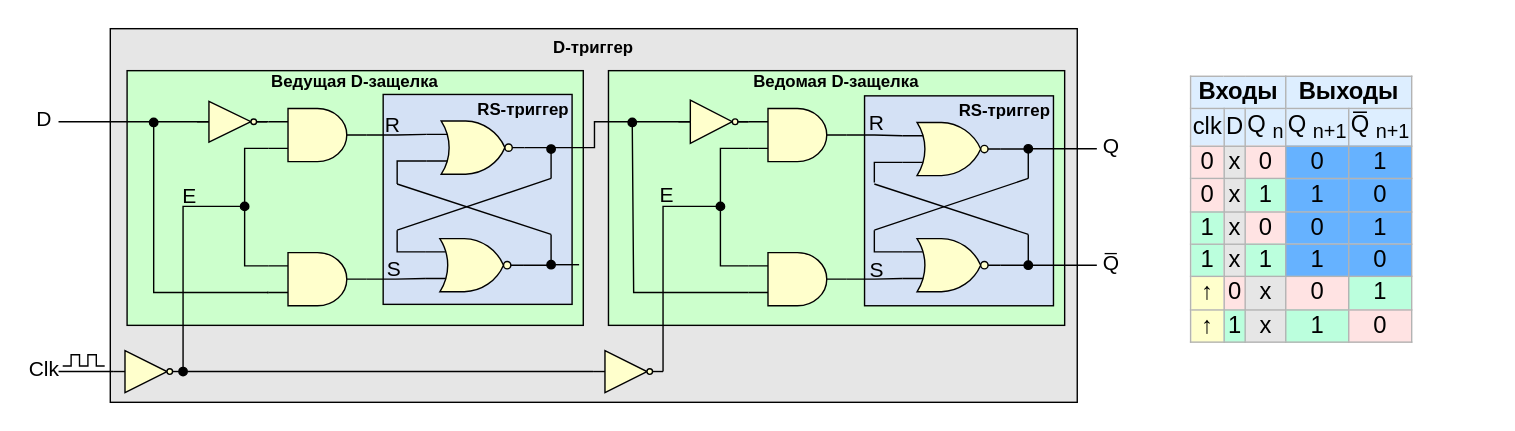
Before: .pic/Introduction/Sequential logic/fig_05.drawio.svg, a diagram exported from draw.io (MPSU/APS). Source tidied: cells renumbered, new cells last; positions are measured from the earlier drawing's top-left corner, leaving out a move shared by most shapes.
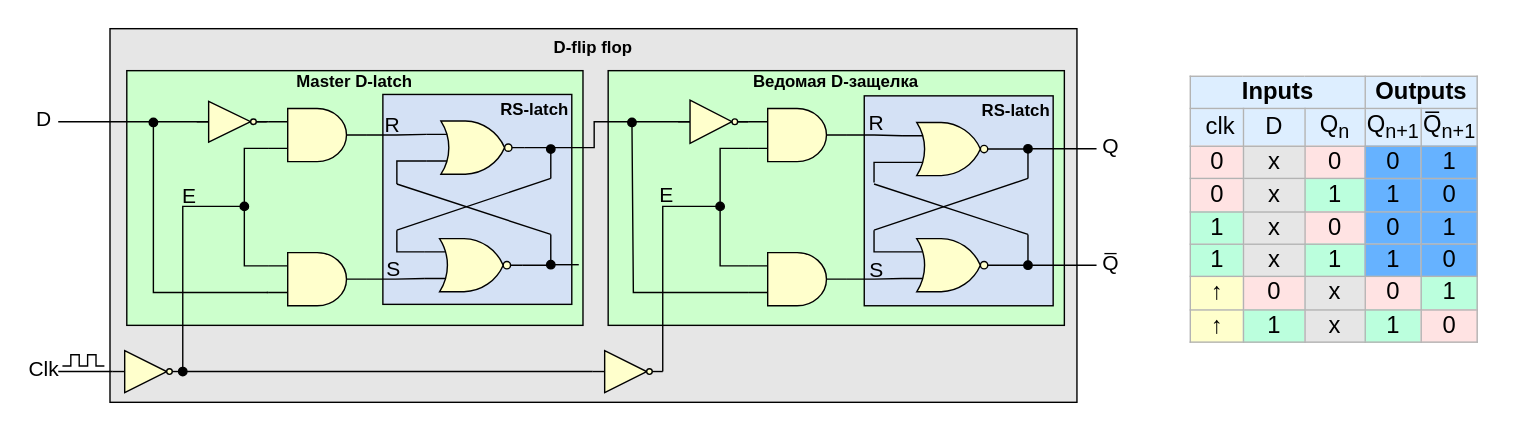
Later version of the same file.

The edit, as a diff of the source:
```diff
@@ -2,19 +2,19 @@
   <root>
     <mxCell id="0" />
     <mxCell id="1" parent="0" />
-    <mxCell id="2" value="D-триггер" style="rounded=0;whiteSpace=wrap;html=1;fillColor=#E6E6E6;verticalAlign=top;fontStyle=1;" parent="1" vertex="1">
+    <mxCell id="2" value="D-flip flop" style="rounded=0;whiteSpace=wrap;html=1;fillColor=#E6E6E6;verticalAlign=top;fontStyle=1;" parent="1" vertex="1">
       <mxGeometry x="57" width="691" height="267" as="geometry" />
     </mxCell>
     <mxCell id="3" value="Ведомая D-защелка" style="rounded=0;whiteSpace=wrap;html=1;labelBackgroundColor=none;fillColor=#CCFFCC;verticalAlign=top;spacingTop=-6;fontStyle=1;" parent="1" vertex="1">
       <mxGeometry x="413" y="30" width="326" height="182" as="geometry" />
     </mxCell>
-    <mxCell id="4" value="RS-триггер" style="rounded=0;whiteSpace=wrap;html=1;fillColor=#D4E1F5;verticalAlign=top;align=right;spacingTop=-3;fontStyle=1;" parent="1" vertex="1">
+    <mxCell id="4" value="RS-latch" style="rounded=0;whiteSpace=wrap;html=1;fillColor=#D4E1F5;verticalAlign=top;align=right;spacingTop=-3;fontStyle=1;" parent="1" vertex="1">
       <mxGeometry x="596" y="48" width="135" height="150" as="geometry" />
     </mxCell>
-    <mxCell id="5" value="Ведущая D-защелка" style="rounded=0;whiteSpace=wrap;html=1;labelBackgroundColor=none;fillColor=#CCFFCC;verticalAlign=top;spacingTop=-6;fontStyle=1;" parent="1" vertex="1">
+    <mxCell id="5" value="Master D-latch" style="rounded=0;whiteSpace=wrap;html=1;labelBackgroundColor=none;fillColor=#CCFFCC;verticalAlign=top;spacingTop=-6;fontStyle=1;" parent="1" vertex="1">
       <mxGeometry x="69" y="30" width="326" height="182" as="geometry" />
     </mxCell>
-    <mxCell id="6" value="RS-триггер" style="rounded=0;whiteSpace=wrap;html=1;fillColor=#D4E1F5;verticalAlign=top;align=right;spacingTop=-3;fontStyle=1;" parent="1" vertex="1">
+    <mxCell id="6" value="RS-latch" style="rounded=0;whiteSpace=wrap;html=1;fillColor=#D4E1F5;verticalAlign=top;align=right;spacingTop=-3;fontStyle=1;" parent="1" vertex="1">
       <mxGeometry x="252" y="47" width="135" height="150" as="geometry" />
     </mxCell>
     <mxCell id="7" style="edgeStyle=orthogonalEdgeStyle;rounded=0;jettySize=auto;html=1;exitX=0;exitY=0.75;exitDx=0;exitDy=0;exitPerimeter=0;endArrow=oval;endFill=1;" parent="1" edge="1" source="14">
@@ -269,7 +269,7 @@
     <mxCell id="60" style="verticalLabelPosition=bottom;shadow=0;dashed=0;align=center;html=1;verticalAlign=top;shape=mxgraph.electrical.logic_gates.inverter_2;fillColor=#FFFFCC;" parent="1" vertex="1">
       <mxGeometry x="463" y="51" width="50" height="31" as="geometry" />
     </mxCell>
-    <mxCell id="61" value="&lt;table border=&quot;1&quot; class=&quot;wikitable&quot; style=&quot;text-align: center; font-size: 17px; border: 1px solid rgb(179, 179, 179); border-collapse: collapse;&quot; id=&quot;mwAjk&quot;&gt;&lt;tbody id=&quot;mwAjs&quot;&gt;&lt;tr style=&quot;background:#def;&quot; id=&quot;mwAjw&quot;&gt;&lt;td colspan=&quot;3&quot;&gt;&lt;b&gt;Входы&lt;/b&gt;&lt;/td&gt;&lt;td colspan=&quot;2&quot; id=&quot;mwAj8&quot;&gt;&lt;b id=&quot;mwAkA&quot;&gt;&lt;font style=&quot;font-size: 17px;&quot;&gt;Выходы&lt;/font&gt;&lt;/b&gt;&lt;/td&gt;&lt;/tr&gt;&lt;tr style=&quot;background:#def;&quot; id=&quot;mwAkE&quot;&gt;&lt;td&gt;&amp;nbsp; clk&amp;nbsp;&lt;/td&gt;&lt;td id=&quot;mwAkI&quot;&gt;&lt;font style=&quot;font-size: 17px;&quot;&gt;&amp;nbsp; &amp;nbsp;D&amp;nbsp; &amp;nbsp;&lt;/font&gt;&lt;/td&gt;&lt;td id=&quot;mwAkM&quot;&gt;&lt;font style=&quot;font-size: 17px;&quot;&gt;&amp;nbsp; Q&lt;sub&gt;n&lt;/sub&gt;&amp;nbsp;&amp;nbsp;&lt;/font&gt;&lt;/td&gt;&lt;td id=&quot;mwAkQ&quot;&gt;Q&lt;sub&gt;n+1&lt;/sub&gt;&lt;br&gt;&lt;/td&gt;&lt;td id=&quot;mwAkU&quot;&gt;Q̅&lt;sub&gt;n+1&lt;/sub&gt;&lt;br&gt;&lt;/td&gt;&lt;/tr&gt;&lt;tr id=&quot;mwAko&quot;&gt;&lt;td style=&quot;background-color: rgb(255, 227, 227);&quot;&gt;0&lt;/td&gt;&lt;td style=&quot;background-color: rgb(230, 230, 230);&quot; id=&quot;mwAks&quot;&gt;&lt;font style=&quot;font-size: 17px;&quot;&gt;x&lt;/font&gt;&lt;/td&gt;&lt;td style=&quot;background-color: rgb(255, 227, 227);&quot; id=&quot;mwAkw&quot;&gt;&lt;font style=&quot;font-size: 17px;&quot;&gt;0&lt;/font&gt;&lt;/td&gt;&lt;td style=&quot;background: rgb(102, 178, 255); color: black; vertical-align: middle; text-align: center;&quot; class=&quot;table-no2&quot; data-mw=&quot;{&amp;quot;parts&amp;quot;:[&amp;quot;|| &amp;quot;,{&amp;quot;template&amp;quot;:{&amp;quot;target&amp;quot;:{&amp;quot;wt&amp;quot;:&amp;quot;no2&amp;quot;,&amp;quot;href&amp;quot;:&amp;quot;./Template:No2&amp;quot;},&amp;quot;params&amp;quot;:{&amp;quot;1&amp;quot;:{&amp;quot;wt&amp;quot;:&amp;quot;0&amp;quot;}},&amp;quot;i&amp;quot;:0}},&amp;quot; &amp;quot;]}&quot; id=&quot;mwASM&quot;&gt;&lt;font style=&quot;font-size: 17px;&quot;&gt;0&lt;/font&gt;&lt;/td&gt;&lt;td style=&quot;background: rgb(102, 178, 255); color: black; vertical-align: middle; text-align: center;&quot; class=&quot;table-yes2&quot; data-mw=&quot;{&amp;quot;parts&amp;quot;:[&amp;quot;|| &amp;quot;,{&amp;quot;template&amp;quot;:{&amp;quot;target&amp;quot;:{&amp;quot;wt&amp;quot;:&amp;quot;yes2&amp;quot;,&amp;quot;href&amp;quot;:&amp;quot;./Template:Yes2&amp;quot;},&amp;quot;params&amp;quot;:{&amp;quot;1&amp;quot;:{&amp;quot;wt&amp;quot;:&amp;quot;1&amp;quot;}},&amp;quot;i&amp;quot;:0}},&amp;quot; &amp;quot;]}&quot; id=&quot;mwASc&quot;&gt;&lt;font style=&quot;font-size: 17px;&quot;&gt;1&lt;/font&gt;&lt;/td&gt;&lt;/tr&gt;&lt;tr id=&quot;mwAlM&quot;&gt;&lt;td style=&quot;background-color: rgb(255, 227, 227);&quot;&gt;0&lt;/td&gt;&lt;td style=&quot;background-color: rgb(230, 230, 230);&quot; id=&quot;mwAlQ&quot;&gt;&lt;font style=&quot;font-size: 17px;&quot;&gt;x&lt;/font&gt;&lt;/td&gt;&lt;td style=&quot;background-color: rgb(187, 255, 221);&quot; id=&quot;mwAlU&quot;&gt;&lt;font style=&quot;font-size: 17px;&quot;&gt;1&lt;/font&gt;&lt;/td&gt;&lt;td style=&quot;background: rgb(102, 178, 255); color: black; vertical-align: middle; text-align: center;&quot; class=&quot;table-no2&quot; data-mw=&quot;{&amp;quot;parts&amp;quot;:[&amp;quot;|| &amp;quot;,{&amp;quot;template&amp;quot;:{&amp;quot;target&amp;quot;:{&amp;quot;wt&amp;quot;:&amp;quot;no2&amp;quot;,&amp;quot;href&amp;quot;:&amp;quot;./Template:No2&amp;quot;},&amp;quot;params&amp;quot;:{&amp;quot;1&amp;quot;:{&amp;quot;wt&amp;quot;:&amp;quot;0&amp;quot;}},&amp;quot;i&amp;quot;:0}},&amp;quot; &amp;quot;]}&quot; id=&quot;mwASM&quot;&gt;1&lt;/td&gt;&lt;td style=&quot;background: rgb(102, 178, 255); color: black; vertical-align: middle; text-align: center;&quot; class=&quot;table-yes2&quot; data-mw=&quot;{&amp;quot;parts&amp;quot;:[&amp;quot;|| &amp;quot;,{&amp;quot;template&amp;quot;:{&amp;quot;target&amp;quot;:{&amp;quot;wt&amp;quot;:&amp;quot;yes2&amp;quot;,&amp;quot;href&amp;quot;:&amp;quot;./Template:Yes2&amp;quot;},&amp;quot;params&amp;quot;:{&amp;quot;1&amp;quot;:{&amp;quot;wt&amp;quot;:&amp;quot;1&amp;quot;}},&amp;quot;i&amp;quot;:0}},&amp;quot; &amp;quot;]}&quot; id=&quot;mwASc&quot;&gt;&lt;font style=&quot;font-size: 17px;&quot;&gt;0&lt;/font&gt;&lt;/td&gt;&lt;/tr&gt;&lt;tr id=&quot;mwAlw&quot;&gt;&lt;td style=&quot;background-color: rgb(187, 255, 221);&quot;&gt;1&lt;/td&gt;&lt;td style=&quot;background-color: rgb(230, 230, 230);&quot; id=&quot;mwAl0&quot;&gt;&lt;font style=&quot;font-size: 17px;&quot;&gt;x&lt;/font&gt;&lt;/td&gt;&lt;td style=&quot;background-color: rgb(255, 227, 227);&quot; id=&quot;mwAl4&quot;&gt;0&lt;/td&gt;&lt;td style=&quot;background: rgb(102, 178, 255); color: black; vertical-align: middle; text-align: center;&quot; class=&quot;table-no2&quot; data-mw=&quot;{&amp;quot;parts&amp;quot;:[&amp;quot;|| &amp;quot;,{&amp;quot;template&amp;quot;:{&amp;quot;target&amp;quot;:{&amp;quot;wt&amp;quot;:&amp;quot;no2&amp;quot;,&amp;quot;href&amp;quot;:&amp;quot;./Template:No2&amp;quot;},&amp;quot;params&amp;quot;:{&amp;quot;1&amp;quot;:{&amp;quot;wt&amp;quot;:&amp;quot;0&amp;quot;}},&amp;quot;i&amp;quot;:0}},&amp;quot; &amp;quot;]}&quot; id=&quot;mwASM&quot;&gt;&lt;font style=&quot;font-size: 17px;&quot;&gt;0&lt;/font&gt;&lt;/td&gt;&lt;td style=&quot;background: rgb(102, 178, 255); color: black; vertical-align: middle; text-align: center;&quot; class=&quot;table-yes2&quot; data-mw=&quot;{&amp;quot;parts&amp;quot;:[&amp;quot;|| &amp;quot;,{&amp;quot;template&amp;quot;:{&amp;quot;target&amp;quot;:{&amp;quot;wt&amp;quot;:&amp;quot;yes2&amp;quot;,&amp;quot;href&amp;quot;:&amp;quot;./Template:Yes2&amp;quot;},&amp;quot;params&amp;quot;:{&amp;quot;1&amp;quot;:{&amp;quot;wt&amp;quot;:&amp;quot;1&amp;quot;}},&amp;quot;i&amp;quot;:0}},&amp;quot; &amp;quot;]}&quot; id=&quot;mwASc&quot;&gt;&lt;font style=&quot;font-size: 17px;&quot;&gt;1&lt;/font&gt;&lt;/td&gt;&lt;/tr&gt;&lt;tr id=&quot;mwAmU&quot;&gt;&lt;td style=&quot;background-color: rgb(187, 255, 221);&quot;&gt;1&lt;/td&gt;&lt;td style=&quot;background-color: rgb(230, 230, 230);&quot; id=&quot;mwAmY&quot;&gt;&lt;font style=&quot;font-size: 17px;&quot;&gt;x&lt;/font&gt;&lt;/td&gt;&lt;td style=&quot;background-color: rgb(187, 255, 221);&quot; id=&quot;mwAmc&quot;&gt;&lt;font style=&quot;font-size: 17px;&quot;&gt;1&lt;/font&gt;&lt;/td&gt;&lt;td style=&quot;background: rgb(102, 178, 255); color: black; vertical-align: middle; text-align: center;&quot; class=&quot;table-yes2&quot; data-mw=&quot;{&amp;quot;parts&amp;quot;:[&amp;quot;|| &amp;quot;,{&amp;quot;template&amp;quot;:{&amp;quot;target&amp;quot;:{&amp;quot;wt&amp;quot;:&amp;quot;yes2&amp;quot;,&amp;quot;href&amp;quot;:&amp;quot;./Template:Yes2&amp;quot;},&amp;quot;params&amp;quot;:{&amp;quot;1&amp;quot;:{&amp;quot;wt&amp;quot;:&amp;quot;1&amp;quot;}},&amp;quot;i&amp;quot;:0}},&amp;quot; &amp;quot;]}&quot; id=&quot;mwASc&quot;&gt;&lt;font style=&quot;font-size: 17px;&quot;&gt;1&lt;/font&gt;&lt;/td&gt;&lt;td style=&quot;background: rgb(102, 178, 255); color: black; vertical-align: middle; text-align: center;&quot; class=&quot;table-no2&quot; data-mw=&quot;{&amp;quot;parts&amp;quot;:[&amp;quot;|| &amp;quot;,{&amp;quot;template&amp;quot;:{&amp;quot;target&amp;quot;:{&amp;quot;wt&amp;quot;:&amp;quot;no2&amp;quot;,&amp;quot;href&amp;quot;:&amp;quot;./Template:No2&amp;quot;},&amp;quot;params&amp;quot;:{&amp;quot;1&amp;quot;:{&amp;quot;wt&amp;quot;:&amp;quot;0&amp;quot;}},&amp;quot;i&amp;quot;:0}},&amp;quot; &amp;quot;]}&quot; id=&quot;mwASM&quot;&gt;&lt;font style=&quot;font-size: 17px;&quot;&gt;0&lt;/font&gt;&lt;/td&gt;&lt;/tr&gt;&lt;tr&gt;&lt;td style=&quot;background-color: rgb(255, 255, 204);&quot;&gt;&lt;span style=&quot;&quot;&gt;↑&lt;/span&gt;&lt;/td&gt;&lt;td style=&quot;background-color: rgb(255, 227, 227);&quot;&gt;0&lt;/td&gt;&lt;td style=&quot;background-color: rgb(230, 230, 230);&quot;&gt;x&lt;/td&gt;&lt;td style=&quot;background-color: rgb(255, 227, 227);&quot;&gt;0&lt;/td&gt;&lt;td style=&quot;background-color: rgb(187, 255, 221);&quot;&gt;1&lt;/td&gt;&lt;/tr&gt;&lt;tr&gt;&lt;td style=&quot;background-color: rgb(255, 255, 204);&quot;&gt;&lt;span style=&quot;&quot;&gt;↑&lt;/span&gt;&lt;br&gt;&lt;/td&gt;&lt;td style=&quot;background-color: rgb(187, 255, 221);&quot;&gt;1&lt;/td&gt;&lt;td style=&quot;background-color: rgb(230, 230, 230);&quot;&gt;x&lt;/td&gt;&lt;td style=&quot;background-color: rgb(187, 255, 221);&quot;&gt;1&lt;/td&gt;&lt;td style=&quot;background-color: rgb(255, 227, 227);&quot;&gt;0&lt;/td&gt;&lt;/tr&gt;&lt;/tbody&gt;&lt;/table&gt;" style="text;whiteSpace=wrap;html=1;" parent="1" vertex="1">
+    <mxCell id="61" value="&lt;table border=&quot;1&quot; class=&quot;wikitable&quot; style=&quot;text-align: center; font-size: 17px; border: 1px solid rgb(179, 179, 179); border-collapse: collapse;&quot; id=&quot;mwAjk&quot;&gt;&lt;tbody id=&quot;mwAjs&quot;&gt;&lt;tr style=&quot;background:#def;&quot; id=&quot;mwAjw&quot;&gt;&lt;td colspan=&quot;3&quot;&gt;&lt;b&gt;Inputs&lt;/b&gt;&lt;/td&gt;&lt;td colspan=&quot;2&quot; id=&quot;mwAj8&quot;&gt;&lt;b id=&quot;mwAkA&quot;&gt;&lt;font style=&quot;font-size: 17px;&quot;&gt;Outputs&lt;/font&gt;&lt;/b&gt;&lt;/td&gt;&lt;/tr&gt;&lt;tr style=&quot;background:#def;&quot; id=&quot;mwAkE&quot;&gt;&lt;td&gt;&amp;nbsp; clk&amp;nbsp;&lt;/td&gt;&lt;td id=&quot;mwAkI&quot;&gt;&lt;font style=&quot;font-size: 17px;&quot;&gt;&amp;nbsp; &amp;nbsp;D&amp;nbsp; &amp;nbsp;&lt;/font&gt;&lt;/td&gt;&lt;td id=&quot;mwAkM&quot;&gt;&lt;font style=&quot;font-size: 17px;&quot;&gt;&amp;nbsp; Q&lt;sub&gt;n&lt;/sub&gt;&amp;nbsp;&amp;nbsp;&lt;/font&gt;&lt;/td&gt;&lt;td id=&quot;mwAkQ&quot;&gt;Q&lt;sub&gt;n+1&lt;/sub&gt;&lt;br&gt;&lt;/td&gt;&lt;td id=&quot;mwAkU&quot;&gt;Q̅&lt;sub&gt;n+1&lt;/sub&gt;&lt;br&gt;&lt;/td&gt;&lt;/tr&gt;&lt;tr id=&quot;mwAko&quot;&gt;&lt;td style=&quot;background-color: rgb(255, 227, 227);&quot;&gt;0&lt;/td&gt;&lt;td style=&quot;background-color: rgb(230, 230, 230);&quot; id=&quot;mwAks&quot;&gt;&lt;font style=&quot;font-size: 17px;&quot;&gt;x&lt;/font&gt;&lt;/td&gt;&lt;td style=&quot;background-color: rgb(255, 227, 227);&quot; id=&quot;mwAkw&quot;&gt;&lt;font style=&quot;font-size: 17px;&quot;&gt;0&lt;/font&gt;&lt;/td&gt;&lt;td style=&quot;background: rgb(102, 178, 255); color: black; vertical-align: middle; text-align: center;&quot; class=&quot;table-no2&quot; data-mw=&quot;{&amp;quot;parts&amp;quot;:[&amp;quot;|| &amp;quot;,{&amp;quot;template&amp;quot;:{&amp;quot;target&amp;quot;:{&amp;quot;wt&amp;quot;:&amp;quot;no2&amp;quot;,&amp;quot;href&amp;quot;:&amp;quot;./Template:No2&amp;quot;},&amp;quot;params&amp;quot;:{&amp;quot;1&amp;quot;:{&amp;quot;wt&amp;quot;:&amp;quot;0&amp;quot;}},&amp;quot;i&amp;quot;:0}},&amp;quot; &amp;quot;]}&quot; id=&quot;mwASM&quot;&gt;&lt;font style=&quot;font-size: 17px;&quot;&gt;0&lt;/font&gt;&lt;/td&gt;&lt;td style=&quot;background: rgb(102, 178, 255); color: black; vertical-align: middle; text-align: center;&quot; class=&quot;table-yes2&quot; data-mw=&quot;{&amp;quot;parts&amp;quot;:[&amp;quot;|| &amp;quot;,{&amp;quot;template&amp;quot;:{&amp;quot;target&amp;quot;:{&amp;quot;wt&amp;quot;:&amp;quot;yes2&amp;quot;,&amp;quot;href&amp;quot;:&amp;quot;./Template:Yes2&amp;quot;},&amp;quot;params&amp;quot;:{&amp;quot;1&amp;quot;:{&amp;quot;wt&amp;quot;:&amp;quot;1&amp;quot;}},&amp;quot;i&amp;quot;:0}},&amp;quot; &amp;quot;]}&quot; id=&quot;mwASc&quot;&gt;&lt;font style=&quot;font-size: 17px;&quot;&gt;1&lt;/font&gt;&lt;/td&gt;&lt;/tr&gt;&lt;tr id=&quot;mwAlM&quot;&gt;&lt;td style=&quot;background-color: rgb(255, 227, 227);&quot;&gt;0&lt;/td&gt;&lt;td style=&quot;background-color: rgb(230, 230, 230);&quot; id=&quot;mwAlQ&quot;&gt;&lt;font style=&quot;font-size: 17px;&quot;&gt;x&lt;/font&gt;&lt;/td&gt;&lt;td style=&quot;background-color: rgb(187, 255, 221);&quot; id=&quot;mwAlU&quot;&gt;&lt;font style=&quot;font-size: 17px;&quot;&gt;1&lt;/font&gt;&lt;/td&gt;&lt;td style=&quot;background: rgb(102, 178, 255); color: black; vertical-align: middle; text-align: center;&quot; class=&quot;table-no2&quot; data-mw=&quot;{&amp;quot;parts&amp;quot;:[&amp;quot;|| &amp;quot;,{&amp;quot;template&amp;quot;:{&amp;quot;target&amp;quot;:{&amp;quot;wt&amp;quot;:&amp;quot;no2&amp;quot;,&amp;quot;href&amp;quot;:&amp;quot;./Template:No2&amp;quot;},&amp;quot;params&amp;quot;:{&amp;quot;1&amp;quot;:{&amp;quot;wt&amp;quot;:&amp;quot;0&amp;quot;}},&amp;quot;i&amp;quot;:0}},&amp;quot; &amp;quot;]}&quot; id=&quot;mwASM&quot;&gt;1&lt;/td&gt;&lt;td style=&quot;background: rgb(102, 178, 255); color: black; vertical-align: middle; text-align: center;&quot; class=&quot;table-yes2&quot; data-mw=&quot;{&amp;quot;parts&amp;quot;:[&amp;quot;|| &amp;quot;,{&amp;quot;template&amp;quot;:{&amp;quot;target&amp;quot;:{&amp;quot;wt&amp;quot;:&amp;quot;yes2&amp;quot;,&amp;quot;href&amp;quot;:&amp;quot;./Template:Yes2&amp;quot;},&amp;quot;params&amp;quot;:{&amp;quot;1&amp;quot;:{&amp;quot;wt&amp;quot;:&amp;quot;1&amp;quot;}},&amp;quot;i&amp;quot;:0}},&amp;quot; &amp;quot;]}&quot; id=&quot;mwASc&quot;&gt;&lt;font style=&quot;font-size: 17px;&quot;&gt;0&lt;/font&gt;&lt;/td&gt;&lt;/tr&gt;&lt;tr id=&quot;mwAlw&quot;&gt;&lt;td style=&quot;background-color: rgb(187, 255, 221);&quot;&gt;1&lt;/td&gt;&lt;td style=&quot;background-color: rgb(230, 230, 230);&quot; id=&quot;mwAl0&quot;&gt;&lt;font style=&quot;font-size: 17px;&quot;&gt;x&lt;/font&gt;&lt;/td&gt;&lt;td style=&quot;background-color: rgb(255, 227, 227);&quot; id=&quot;mwAl4&quot;&gt;0&lt;/td&gt;&lt;td style=&quot;background: rgb(102, 178, 255); color: black; vertical-align: middle; text-align: center;&quot; class=&quot;table-no2&quot; data-mw=&quot;{&amp;quot;parts&amp;quot;:[&amp;quot;|| &amp;quot;,{&amp;quot;template&amp;quot;:{&amp;quot;target&amp;quot;:{&amp;quot;wt&amp;quot;:&amp;quot;no2&amp;quot;,&amp;quot;href&amp;quot;:&amp;quot;./Template:No2&amp;quot;},&amp;quot;params&amp;quot;:{&amp;quot;1&amp;quot;:{&amp;quot;wt&amp;quot;:&amp;quot;0&amp;quot;}},&amp;quot;i&amp;quot;:0}},&amp;quot; &amp;quot;]}&quot; id=&quot;mwASM&quot;&gt;&lt;font style=&quot;font-size: 17px;&quot;&gt;0&lt;/font&gt;&lt;/td&gt;&lt;td style=&quot;background: rgb(102, 178, 255); color: black; vertical-align: middle; text-align: center;&quot; class=&quot;table-yes2&quot; data-mw=&quot;{&amp;quot;parts&amp;quot;:[&amp;quot;|| &amp;quot;,{&amp;quot;template&amp;quot;:{&amp;quot;target&amp;quot;:{&amp;quot;wt&amp;quot;:&amp;quot;yes2&amp;quot;,&amp;quot;href&amp;quot;:&amp;quot;./Template:Yes2&amp;quot;},&amp;quot;params&amp;quot;:{&amp;quot;1&amp;quot;:{&amp;quot;wt&amp;quot;:&amp;quot;1&amp;quot;}},&amp;quot;i&amp;quot;:0}},&amp;quot; &amp;quot;]}&quot; id=&quot;mwASc&quot;&gt;&lt;font style=&quot;font-size: 17px;&quot;&gt;1&lt;/font&gt;&lt;/td&gt;&lt;/tr&gt;&lt;tr id=&quot;mwAmU&quot;&gt;&lt;td style=&quot;background-color: rgb(187, 255, 221);&quot;&gt;1&lt;/td&gt;&lt;td style=&quot;background-color: rgb(230, 230, 230);&quot; id=&quot;mwAmY&quot;&gt;&lt;font style=&quot;font-size: 17px;&quot;&gt;x&lt;/font&gt;&lt;/td&gt;&lt;td style=&quot;background-color: rgb(187, 255, 221);&quot; id=&quot;mwAmc&quot;&gt;&lt;font style=&quot;font-size: 17px;&quot;&gt;1&lt;/font&gt;&lt;/td&gt;&lt;td style=&quot;background: rgb(102, 178, 255); color: black; vertical-align: middle; text-align: center;&quot; class=&quot;table-yes2&quot; data-mw=&quot;{&amp;quot;parts&amp;quot;:[&amp;quot;|| &amp;quot;,{&amp;quot;template&amp;quot;:{&amp;quot;target&amp;quot;:{&amp;quot;wt&amp;quot;:&amp;quot;yes2&amp;quot;,&amp;quot;href&amp;quot;:&amp;quot;./Template:Yes2&amp;quot;},&amp;quot;params&amp;quot;:{&amp;quot;1&amp;quot;:{&amp;quot;wt&amp;quot;:&amp;quot;1&amp;quot;}},&amp;quot;i&amp;quot;:0}},&amp;quot; &amp;quot;]}&quot; id=&quot;mwASc&quot;&gt;&lt;font style=&quot;font-size: 17px;&quot;&gt;1&lt;/font&gt;&lt;/td&gt;&lt;td style=&quot;background: rgb(102, 178, 255); color: black; vertical-align: middle; text-align: center;&quot; class=&quot;table-no2&quot; data-mw=&quot;{&amp;quot;parts&amp;quot;:[&amp;quot;|| &amp;quot;,{&amp;quot;template&amp;quot;:{&amp;quot;target&amp;quot;:{&amp;quot;wt&amp;quot;:&amp;quot;no2&amp;quot;,&amp;quot;href&amp;quot;:&amp;quot;./Template:No2&amp;quot;},&amp;quot;params&amp;quot;:{&amp;quot;1&amp;quot;:{&amp;quot;wt&amp;quot;:&amp;quot;0&amp;quot;}},&amp;quot;i&amp;quot;:0}},&amp;quot; &amp;quot;]}&quot; id=&quot;mwASM&quot;&gt;&lt;font style=&quot;font-size: 17px;&quot;&gt;0&lt;/font&gt;&lt;/td&gt;&lt;/tr&gt;&lt;tr&gt;&lt;td style=&quot;background-color: rgb(255, 255, 204);&quot;&gt;&lt;span style=&quot;&quot;&gt;↑&lt;/span&gt;&lt;/td&gt;&lt;td style=&quot;background-color: rgb(255, 227, 227);&quot;&gt;0&lt;/td&gt;&lt;td style=&quot;background-color: rgb(230, 230, 230);&quot;&gt;x&lt;/td&gt;&lt;td style=&quot;background-color: rgb(255, 227, 227);&quot;&gt;0&lt;/td&gt;&lt;td style=&quot;background-color: rgb(187, 255, 221);&quot;&gt;1&lt;/td&gt;&lt;/tr&gt;&lt;tr&gt;&lt;td style=&quot;background-color: rgb(255, 255, 204);&quot;&gt;&lt;span style=&quot;&quot;&gt;↑&lt;/span&gt;&lt;br&gt;&lt;/td&gt;&lt;td style=&quot;background-color: rgb(187, 255, 221);&quot;&gt;1&lt;/td&gt;&lt;td style=&quot;background-color: rgb(230, 230, 230);&quot;&gt;x&lt;/td&gt;&lt;td style=&quot;background-color: rgb(187, 255, 221);&quot;&gt;1&lt;/td&gt;&lt;td style=&quot;background-color: rgb(255, 227, 227);&quot;&gt;0&lt;/td&gt;&lt;/tr&gt;&lt;/tbody&gt;&lt;/table&gt;" style="text;whiteSpace=wrap;html=1;" parent="1" vertex="1">
       <mxGeometry x="827" y="27" width="213" height="210" as="geometry" />
     </mxCell>
   </root>
```
